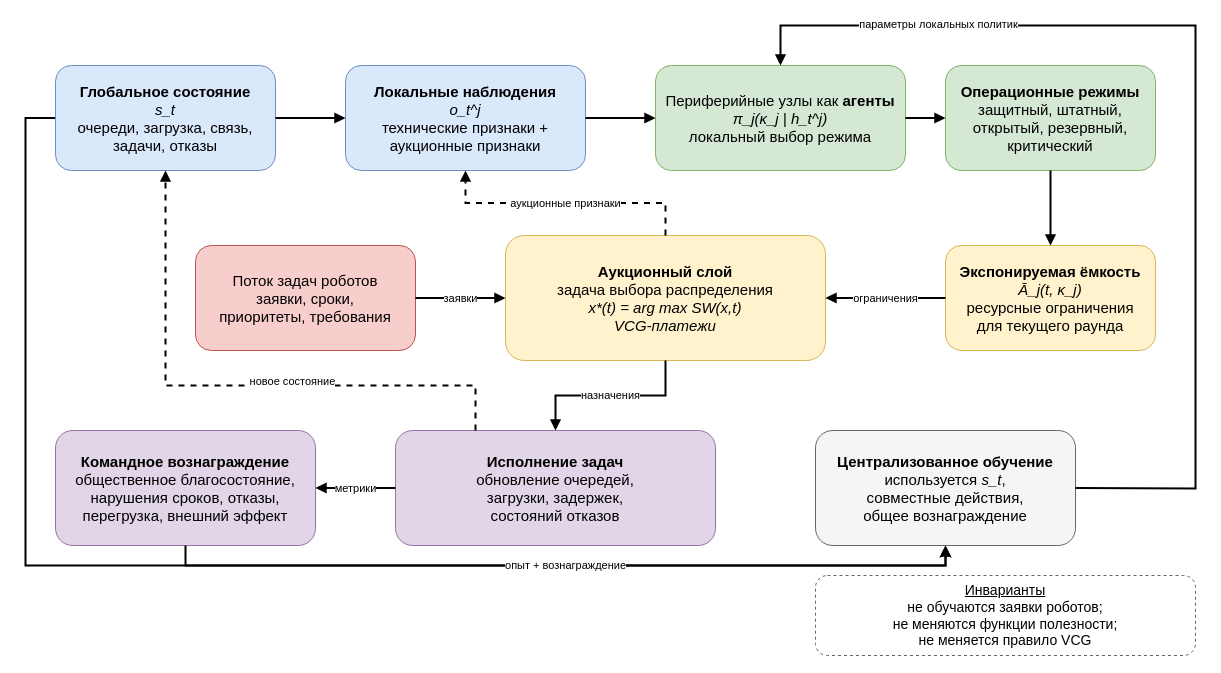
Earlier version of the draw.io diagram Dissertation/images/drawio/ch4_adaptive_control.drawio (Dima12101/SPbU-Phd-LaTeX-Dissertation). Source tidied: cells renumbered, new cells numbered last; positions are measured from the earlier drawing's top-left corner, leaving out a move shared by most shapes. Both pictures are drawn from the tidied source at 100%, with x=0, y=0 at pixel (25, 25).
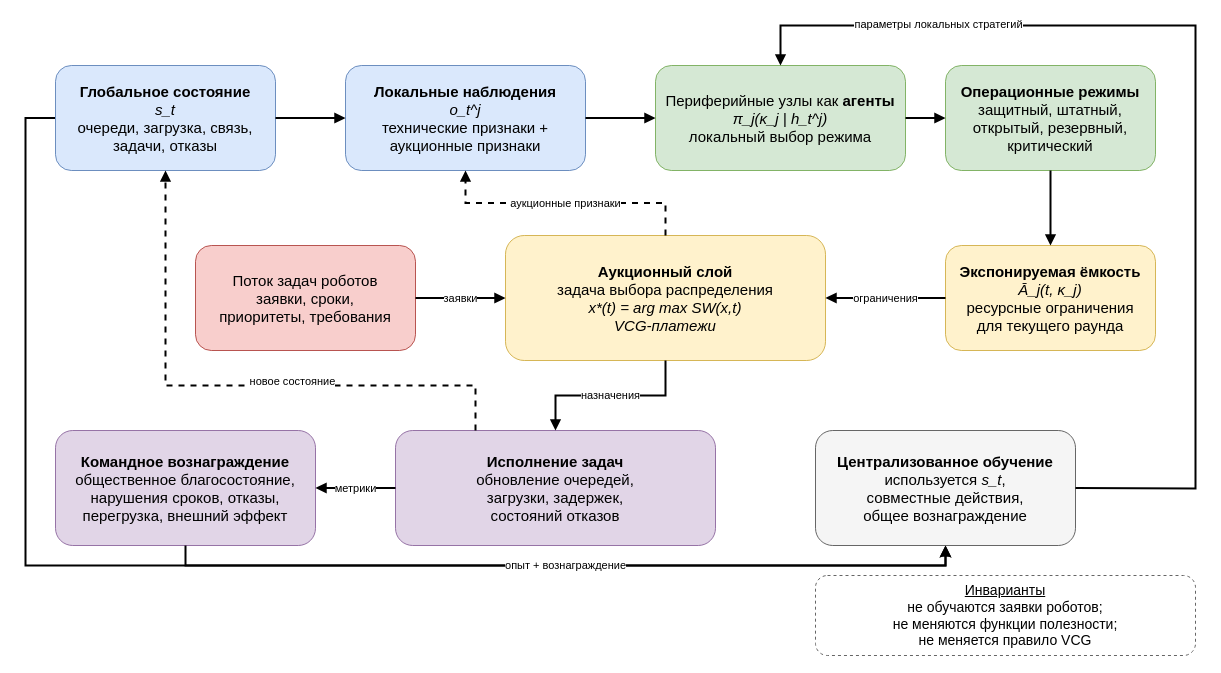
The same page after the edit.

Unchanged cells that the change refers to:
```xml
<mxCell id="23" style="endArrow=block;html=1;rounded=0;strokeWidth=2;entryX=0.5;entryY=0;entryDx=0;entryDy=0;exitX=1;exitY=0.5;exitDx=0;exitDy=0;" parent="1" edge="1" source="12" target="5">
  <mxGeometry x="0.13" y="20" relative="1" as="geometry">
    <Array as="points">
      <mxPoint x="1170" y="463" />
      <mxPoint x="1170" />
      <mxPoint x="755" />
    </Array>
  </mxGeometry>
</mxCell>
```

The edit, as a diff of the source:
```diff
@@
-    <mxCell id="24" value="параметры локальных политик" style="edgeLabel;html=1;align=center;verticalAlign=middle;" parent="23" vertex="1">
+    <mxCell id="24" value="параметры локальных стратегий" style="edgeLabel;html=1;align=center;verticalAlign=middle;" parent="23" vertex="1">
       <mxGeometry x="0.62" y="-2" relative="1" as="geometry" />
     </mxCell>
```
